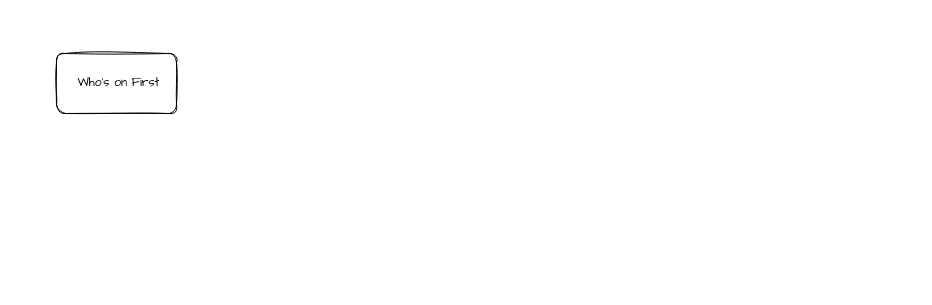
Earlier version of the draw.io diagram page "第 5 页" (5 of 5) of Untitled Diagram.drawio (tallongsun/drawio). Source tidied: cells renumbered, new cells numbered last; positions are measured from the earlier drawing's top-left corner, leaving out a move shared by most shapes. Both pictures are drawn from the tidied source at 100%, with x=0, y=0 at pixel (56, 53). Pictures stored in the file or linked from it are replaced by grey dashed boxes.
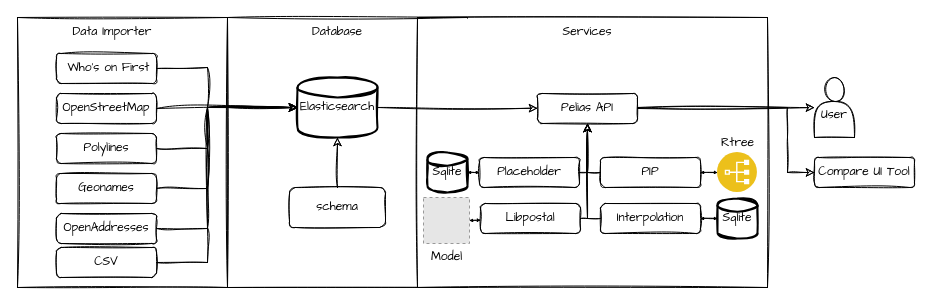
Above is the later version.

What changed in the source:
```diff
@@
+    <mxCell id="3" style="rounded=0;whiteSpace=wrap;html=1;shadow=0;sketch=1;fontFamily=Architects Daughter;" parent="1" vertex="1">
+      <mxGeometry x="-39" y="-36" width="210" height="270" as="geometry" />
+    </mxCell>
+    <mxCell id="4" style="rounded=0;whiteSpace=wrap;html=1;shadow=0;sketch=1;fontFamily=Architects Daughter;" parent="1" vertex="1">
+      <mxGeometry x="171" y="-36" width="240" height="270" as="geometry" />
+    </mxCell>
     <mxCell id="2" value="&amp;nbsp;Who's on First" style="rounded=1;whiteSpace=wrap;html=1;shadow=0;sketch=1;fontFamily=Architects Daughter;" parent="1" vertex="1">
-      <mxGeometry width="120" height="60" as="geometry" />
+      <mxGeometry width="100" height="30" as="geometry" />
     </mxCell>
+    <mxCell id="5" value="Elasticsearch" style="strokeWidth=2;html=1;shape=mxgraph.flowchart.database;whiteSpace=wrap;shadow=0;sketch=1;fontFamily=Architects Daughter;" parent="1" vertex="1">
+      <mxGeometry x="241" y="24" width="80" height="60" as="geometry" />
+    </mxCell>
+    <mxCell id="6" value="Database" style="text;html=1;strokeColor=none;fillColor=none;align=center;verticalAlign=middle;whiteSpace=wrap;rounded=0;shadow=0;sketch=1;fontFamily=Architects Daughter;" parent="1" vertex="1">
+      <mxGeometry x="251" y="-36" width="60" height="30" as="geometry" />
+    </mxCell>
+    <mxCell id="7" value="schema" style="rounded=1;whiteSpace=wrap;html=1;shadow=0;sketch=1;fontFamily=Architects Daughter;" parent="1" vertex="1">
+      <mxGeometry x="233" y="134" width="96" height="40" as="geometry" />
+    </mxCell>
+    <mxCell id="8" value="OpenStreetMap" style="rounded=1;whiteSpace=wrap;html=1;shadow=0;sketch=1;fontFamily=Architects Daughter;" parent="1" vertex="1">
+      <mxGeometry y="40" width="100" height="30" as="geometry" />
+    </mxCell>
+    <mxCell id="9" value="Geonames" style="rounded=1;whiteSpace=wrap;html=1;shadow=0;sketch=1;fontFamily=Architects Daughter;" parent="1" vertex="1">
+      <mxGeometry y="120" width="100" height="30" as="geometry" />
+    </mxCell>
+    <mxCell id="10" value="Polylines" style="rounded=1;whiteSpace=wrap;html=1;shadow=0;sketch=1;fontFamily=Architects Daughter;" parent="1" vertex="1">
+      <mxGeometry y="80" width="100" height="30" as="geometry" />
+    </mxCell>
+    <mxCell id="11" value="Data Importer" style="text;html=1;strokeColor=none;fillColor=none;align=center;verticalAlign=middle;whiteSpace=wrap;rounded=0;shadow=0;sketch=1;fontFamily=Architects Daughter;" parent="1" vertex="1">
+      <mxGeometry x="11" y="-36" width="90" height="30" as="geometry" />
+    </mxCell>
+    <mxCell id="12" value="OpenAddresses" style="rounded=1;whiteSpace=wrap;html=1;shadow=0;sketch=1;fontFamily=Architects Daughter;" parent="1" vertex="1">
+      <mxGeometry y="160" width="100" height="30" as="geometry" />
+    </mxCell>
+    <mxCell id="13" value="CSV" style="rounded=1;whiteSpace=wrap;html=1;shadow=0;sketch=1;fontFamily=Architects Daughter;" parent="1" vertex="1">
+      <mxGeometry y="194" width="100" height="30" as="geometry" />
+    </mxCell>
+    <mxCell id="14" style="rounded=0;whiteSpace=wrap;html=1;shadow=0;sketch=1;fontFamily=Architects Daughter;" parent="1" vertex="1">
+      <mxGeometry x="361" y="-36" width="350" height="270" as="geometry" />
+    </mxCell>
+    <mxCell id="15" value="Services" style="text;html=1;strokeColor=none;fillColor=none;align=center;verticalAlign=middle;whiteSpace=wrap;rounded=0;shadow=0;sketch=1;fontFamily=Architects Daughter;" parent="1" vertex="1">
+      <mxGeometry x="501" y="-36" width="60" height="30" as="geometry" />
+    </mxCell>
+    <mxCell id="16" value="Pelias API" style="rounded=1;whiteSpace=wrap;html=1;shadow=0;sketch=1;fontFamily=Architects Daughter;" parent="1" vertex="1">
+      <mxGeometry x="481" y="40" width="100" height="30" as="geometry" />
+    </mxCell>
+    <mxCell id="17" style="endArrow=classic;html=1;rounded=0;fontFamily=Architects Daughter;exitX=1;exitY=0.5;exitDx=0;exitDy=0;sketch=1;curveFitting=1;jiggle=2;" parent="1" edge="1" source="2" target="5">
+      <mxGeometry relative="1" as="geometry">
+        <Array as="points">
+          <mxPoint x="151" y="14" />
+          <mxPoint x="151" y="54" />
+        </Array>
+      </mxGeometry>
+    </mxCell>
+    <mxCell id="18" style="endArrow=classic;html=1;rounded=0;fontFamily=Architects Daughter;exitX=1;exitY=0.5;exitDx=0;exitDy=0;sketch=1;curveFitting=1;jiggle=2;" parent="1" edge="1" source="8" target="5">
+      <mxGeometry relative="1" as="geometry" />
+    </mxCell>
+    <mxCell id="19" style="endArrow=classic;html=1;rounded=0;fontFamily=Architects Daughter;exitX=1;exitY=0.5;exitDx=0;exitDy=0;sketch=1;curveFitting=1;jiggle=2;" parent="1" edge="1" source="10" target="5">
+      <mxGeometry relative="1" as="geometry">
+        <Array as="points">
+          <mxPoint x="151" y="95" />
+          <mxPoint x="151" y="54" />
+        </Array>
+      </mxGeometry>
+    </mxCell>
+    <mxCell id="20" style="endArrow=classic;html=1;rounded=0;fontFamily=Architects Daughter;exitX=1;exitY=0.5;exitDx=0;exitDy=0;sketch=1;curveFitting=1;jiggle=2;entryX=0;entryY=0.5;entryDx=0;entryDy=0;entryPerimeter=0;" parent="1" edge="1" source="9" target="5">
+      <mxGeometry relative="1" as="geometry">
+        <Array as="points">
+          <mxPoint x="151" y="135" />
+          <mxPoint x="151" y="94" />
+          <mxPoint x="151" y="54" />
+        </Array>
+      </mxGeometry>
+    </mxCell>
+    <mxCell id="21" style="endArrow=classic;html=1;rounded=0;fontFamily=Architects Daughter;exitX=1;exitY=0.5;exitDx=0;exitDy=0;sketch=1;curveFitting=1;jiggle=2;" parent="1" edge="1" source="12">
+      <mxGeometry relative="1" as="geometry">
+        <mxPoint x="241" y="54" as="targetPoint" />
+        <Array as="points">
+          <mxPoint x="151" y="175" />
+          <mxPoint x="151" y="134" />
+          <mxPoint x="151" y="54" />
+        </Array>
+      </mxGeometry>
+    </mxCell>
+    <mxCell id="22" style="endArrow=classic;html=1;rounded=0;fontFamily=Architects Daughter;exitX=1;exitY=0.5;exitDx=0;exitDy=0;sketch=1;curveFitting=1;jiggle=2;" parent="1" edge="1" source="13" target="5">
+      <mxGeometry relative="1" as="geometry">
+        <Array as="points">
+          <mxPoint x="151" y="209" />
+          <mxPoint x="151" y="174" />
+          <mxPoint x="151" y="54" />
+        </Array>
+      </mxGeometry>
+    </mxCell>
+    <mxCell id="23" style="endArrow=classic;html=1;rounded=0;sketch=1;fontFamily=Architects Daughter;entryX=0.5;entryY=1;entryDx=0;entryDy=0;entryPerimeter=0;exitX=0.5;exitY=0;exitDx=0;exitDy=0;" parent="1" edge="1" source="7" target="5">
+      <mxGeometry relative="1" as="geometry" />
+    </mxCell>
+    <mxCell id="24" style="endArrow=classic;html=1;rounded=0;sketch=1;fontFamily=Architects Daughter;exitX=1;exitY=0.5;exitDx=0;exitDy=0;exitPerimeter=0;" parent="1" edge="1" source="5" target="16">
+      <mxGeometry relative="1" as="geometry" />
+    </mxCell>
+    <mxCell id="25" value="Placeholder" style="rounded=1;whiteSpace=wrap;html=1;shadow=0;sketch=1;fontFamily=Architects Daughter;" parent="1" vertex="1">
+      <mxGeometry x="423" y="104" width="100" height="30" as="geometry" />
+    </mxCell>
+    <mxCell id="26" value="Libpostal" style="rounded=1;whiteSpace=wrap;html=1;shadow=0;sketch=1;fontFamily=Architects Daughter;" parent="1" vertex="1">
+      <mxGeometry x="424" y="150" width="100" height="30" as="geometry" />
+    </mxCell>
+    <mxCell id="27" value="Interpolation" style="rounded=1;whiteSpace=wrap;html=1;shadow=0;sketch=1;fontFamily=Architects Daughter;" parent="1" vertex="1">
+      <mxGeometry x="544" y="150" width="100" height="30" as="geometry" />
+    </mxCell>
+    <mxCell id="28" value="PIP" style="rounded=1;whiteSpace=wrap;html=1;shadow=0;sketch=1;fontFamily=Architects Daughter;" parent="1" vertex="1">
+      <mxGeometry x="544" y="104" width="100" height="30" as="geometry" />
+    </mxCell>
+    <mxCell id="29" style="endArrow=classic;html=1;rounded=0;sketch=1;fontFamily=Architects Daughter;exitX=1;exitY=0.5;exitDx=0;exitDy=0;entryX=0.5;entryY=1;entryDx=0;entryDy=0;" parent="1" edge="1" source="25" target="16">
+      <mxGeometry relative="1" as="geometry">
+        <Array as="points">
+          <mxPoint x="531" y="119" />
+        </Array>
+      </mxGeometry>
+    </mxCell>
+    <mxCell id="30" style="endArrow=classic;html=1;rounded=0;sketch=1;fontFamily=Architects Daughter;exitX=1;exitY=0.5;exitDx=0;exitDy=0;entryX=0.5;entryY=1;entryDx=0;entryDy=0;" parent="1" edge="1" source="26" target="16">
+      <mxGeometry relative="1" as="geometry">
+        <Array as="points">
+          <mxPoint x="531" y="165" />
+        </Array>
+      </mxGeometry>
+    </mxCell>
+    <mxCell id="31" style="endArrow=classic;html=1;rounded=0;sketch=1;fontFamily=Architects Daughter;entryX=0.5;entryY=1;entryDx=0;entryDy=0;exitX=0;exitY=0.5;exitDx=0;exitDy=0;" parent="1" edge="1" source="28" target="16">
+      <mxGeometry relative="1" as="geometry">
+        <Array as="points">
+          <mxPoint x="531" y="119" />
+        </Array>
+      </mxGeometry>
+    </mxCell>
+    <mxCell id="32" style="endArrow=classic;html=1;rounded=0;sketch=1;fontFamily=Architects Daughter;exitX=0;exitY=0.5;exitDx=0;exitDy=0;" parent="1" edge="1" source="27" target="16">
+      <mxGeometry relative="1" as="geometry">
+        <Array as="points">
+          <mxPoint x="531" y="165" />
+        </Array>
+      </mxGeometry>
+    </mxCell>
+    <mxCell id="33" value="&lt;br&gt;User" style="shape=actor;whiteSpace=wrap;html=1;shadow=0;sketch=1;fontFamily=Architects Daughter;" parent="1" vertex="1">
+      <mxGeometry x="758" y="24" width="40" height="60" as="geometry" />
+    </mxCell>
+    <mxCell id="34" style="endArrow=classic;html=1;rounded=0;sketch=1;fontFamily=Architects Daughter;exitX=1;exitY=0.5;exitDx=0;exitDy=0;" parent="1" edge="1" source="16" target="33">
+      <mxGeometry relative="1" as="geometry" />
+    </mxCell>
+    <mxCell id="35" value="Compare UI Tool" style="rounded=1;whiteSpace=wrap;html=1;shadow=0;sketch=1;fontFamily=Architects Daughter;" parent="1" vertex="1">
+      <mxGeometry x="758" y="104" width="100" height="30" as="geometry" />
+    </mxCell>
+    <mxCell id="36" style="endArrow=classic;html=1;rounded=0;sketch=1;fontFamily=Architects Daughter;entryX=0;entryY=0.5;entryDx=0;entryDy=0;" parent="1" edge="1" target="35">
+      <mxGeometry relative="1" as="geometry">
+        <mxPoint x="581" y="54" as="sourcePoint" />
+        <Array as="points">
+          <mxPoint x="731" y="54" />
+          <mxPoint x="731" y="84" />
+          <mxPoint x="731" y="119" />
+        </Array>
+      </mxGeometry>
+    </mxCell>
+    <mxCell id="37" value="Sqlite" style="strokeWidth=2;html=1;shape=mxgraph.flowchart.database;whiteSpace=wrap;shadow=0;sketch=1;fontFamily=Architects Daughter;" parent="1" vertex="1">
+      <mxGeometry x="371" y="99" width="40" height="40" as="geometry" />
+    </mxCell>
+    <mxCell id="38" style="endArrow=classic;startArrow=classic;html=1;rounded=0;sketch=1;fontFamily=Architects Daughter;endSize=1;startSize=1;" parent="1" edge="1" source="37" target="25">
+      <mxGeometry relative="1" as="geometry" />
+    </mxCell>
+    <mxCell id="39" value="Model" style="fillColor=#E6E6E6;strokeColor=#999999;dashed=1;html=1;verticalAlign=top;verticalLabelPosition=bottom;labelBackgroundColor=#ffffff;fontFamily=Architects Daughter;labelPosition=center;align=center;spacingBottom=0;" parent="1" vertex="1">
+      <mxGeometry x="367" y="144" width="46" height="46" as="geometry" />
+    </mxCell>
+    <mxCell id="40" style="endArrow=classic;startArrow=classic;html=1;rounded=0;sketch=1;fontFamily=Architects Daughter;endSize=1;startSize=1;exitX=1;exitY=0.5;exitDx=0;exitDy=0;" parent="1" edge="1" source="39" target="26">
+      <mxGeometry relative="1" as="geometry" />
+    </mxCell>
+    <mxCell id="41" value="Rtree" style="perimeter=ellipsePerimeter;html=1;align=center;shadow=0;dashed=0;fontColor=#000000;labelBackgroundColor=#ffffff;fontSize=12;spacingTop=3;image;image=img/lib/ibm/applications/index.svg;sketch=1;strokeColor=default;strokeWidth=100;fontFamily=Architects Daughter;fillColor=default;labelPosition=center;verticalLabelPosition=top;verticalAlign=bottom;" parent="1" vertex="1">
+      <mxGeometry x="661" y="99" width="40" height="40" as="geometry" />
+    </mxCell>
+    <mxCell id="42" style="endArrow=classic;startArrow=classic;html=1;rounded=0;sketch=1;fontFamily=Architects Daughter;endSize=1;startSize=1;exitX=1;exitY=0.5;exitDx=0;exitDy=0;entryX=0;entryY=0.5;entryDx=0;entryDy=0;" parent="1" edge="1" source="28" target="41">
+      <mxGeometry relative="1" as="geometry" />
+    </mxCell>
+    <mxCell id="43" value="Sqlite" style="strokeWidth=2;html=1;shape=mxgraph.flowchart.database;whiteSpace=wrap;shadow=0;sketch=1;fontFamily=Architects Daughter;" parent="1" vertex="1">
+      <mxGeometry x="661" y="145" width="40" height="40" as="geometry" />
+    </mxCell>
+    <mxCell id="44" style="endArrow=classic;startArrow=classic;html=1;rounded=0;sketch=1;fontFamily=Architects Daughter;endSize=1;startSize=1;exitX=1;exitY=0.5;exitDx=0;exitDy=0;" parent="1" edge="1" source="27" target="43">
+      <mxGeometry relative="1" as="geometry" />
+    </mxCell>
```
